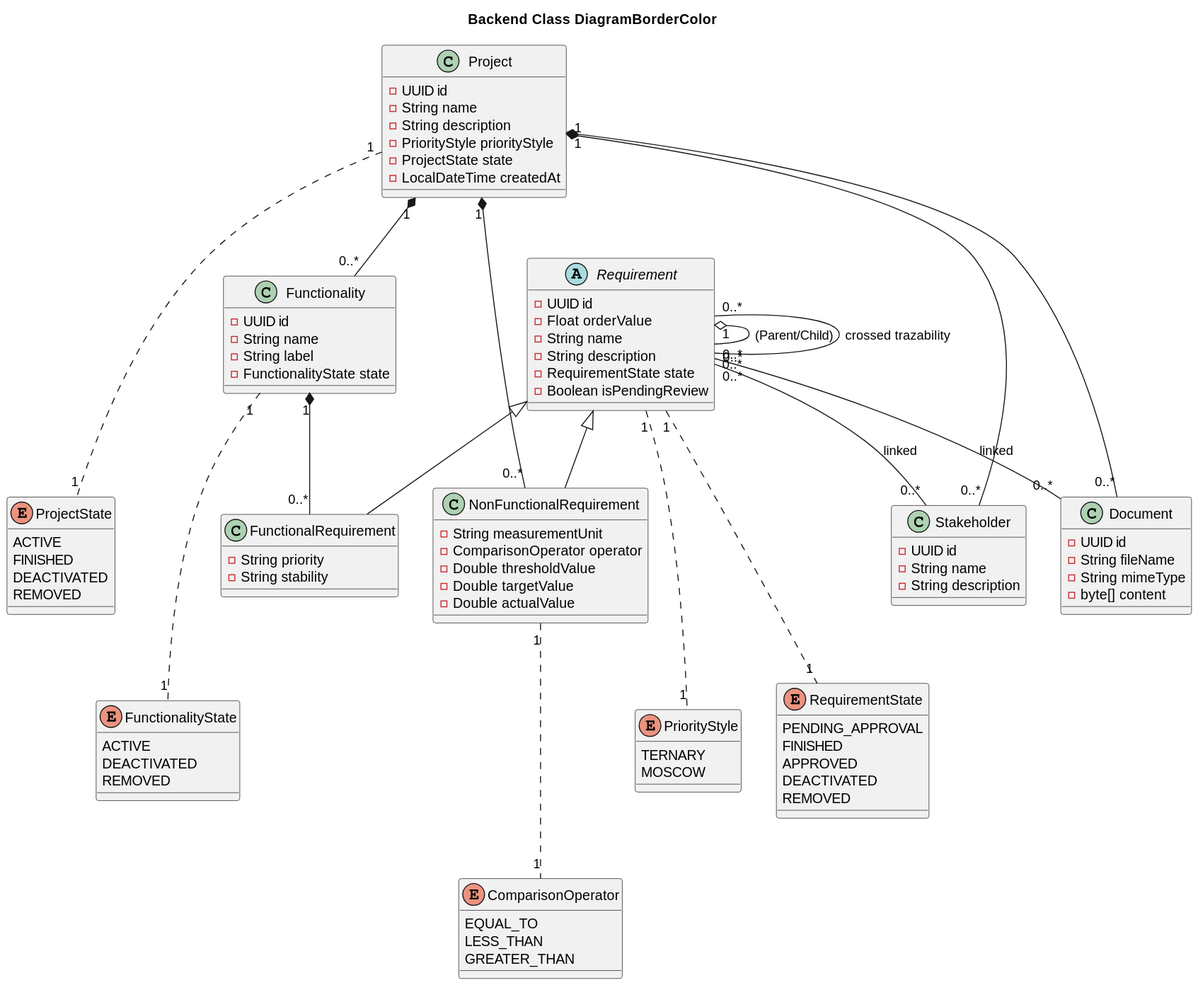
Before: docs/diagrams/backendClassDiagram.svg, a diagram exported from PlantUML (Y4vra/IRBoard).
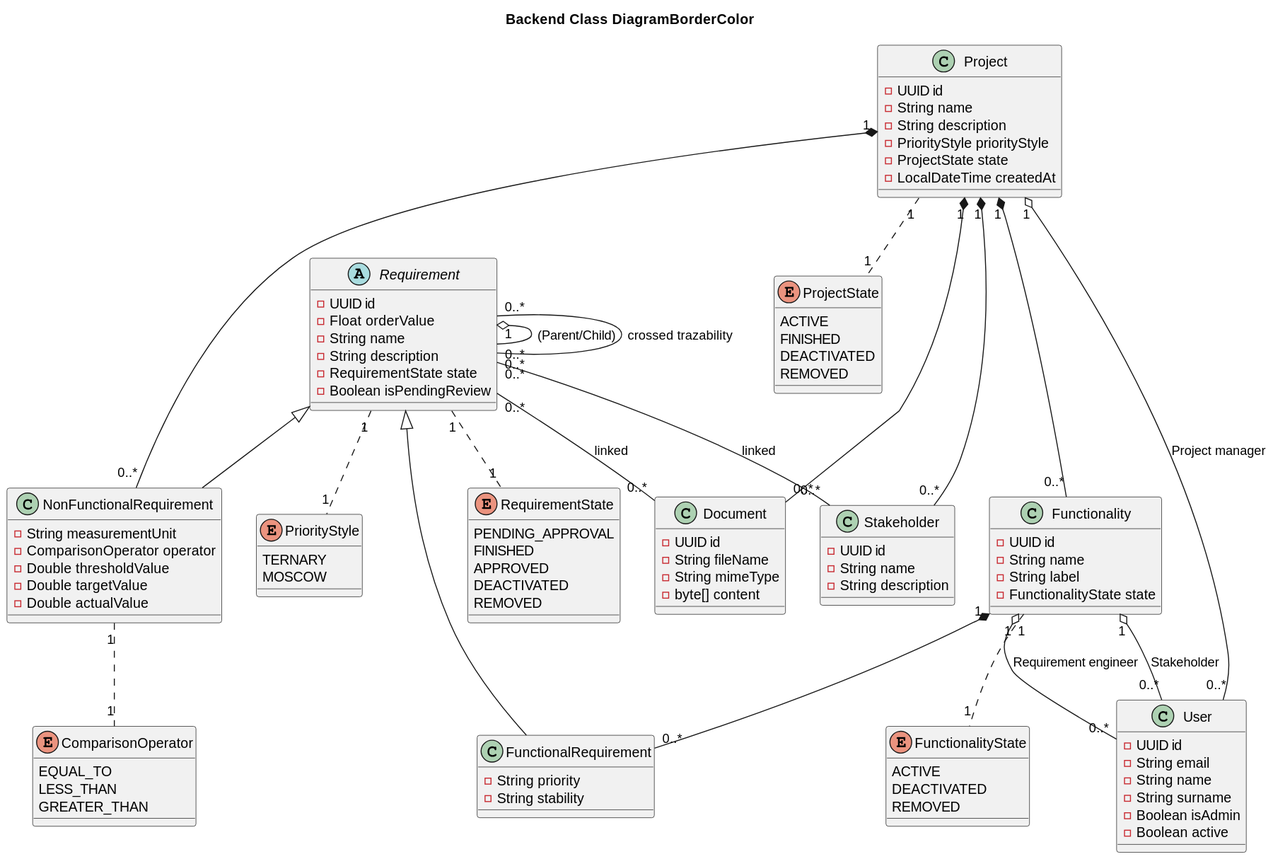
Later version of the same file.

The edit, as a diff of the source:
```diff
@@ -84,13 +84,22 @@
     - byte[] content
 }
 
-Project "1" ... "1" ProjectState
-Functionality "1" ... "1" FunctionalityState
-Requirement "1" ... "1" RequirementState
-Requirement "1" ... "1" PriorityStyle
-NonFunctionalRequirement "1" ... "1" ComparisonOperator
+class User {
+    - UUID id
+    - String email
+    - String name
+    - String surname
+    - Boolean isAdmin
+    - Boolean active
+}
 
-Project "1" *-- "0..*" Functionality
+Project "1" .. "1" ProjectState
+Functionality "1" .. "1" FunctionalityState
+Requirement "1" .. "1" RequirementState
+Requirement "1" .. "1" PriorityStyle
+NonFunctionalRequirement "1" .. "1" ComparisonOperator
+
+Project "1" *-down-- "0..*" Functionality
 Project "1" *--- "0..*" NonFunctionalRequirement
 Project "1" *--- "0..*" Document
 Project "1" *--- "0..*" Stakeholder
@@ -104,4 +113,8 @@
 Requirement "1" o-- "0..*" Requirement : (Parent/Child)
 Requirement "0..*" -- "0..*" Requirement : crossed trazability
 Requirement "0..*" -- "0..*" Document : linked
+
+Project "1" o-- "0..*" User : Project manager
+Functionality "1" o-- "0..*" User : Requirement engineer
+Functionality "1" o-- "0..*" User : Stakeholder
 @enduml
```
